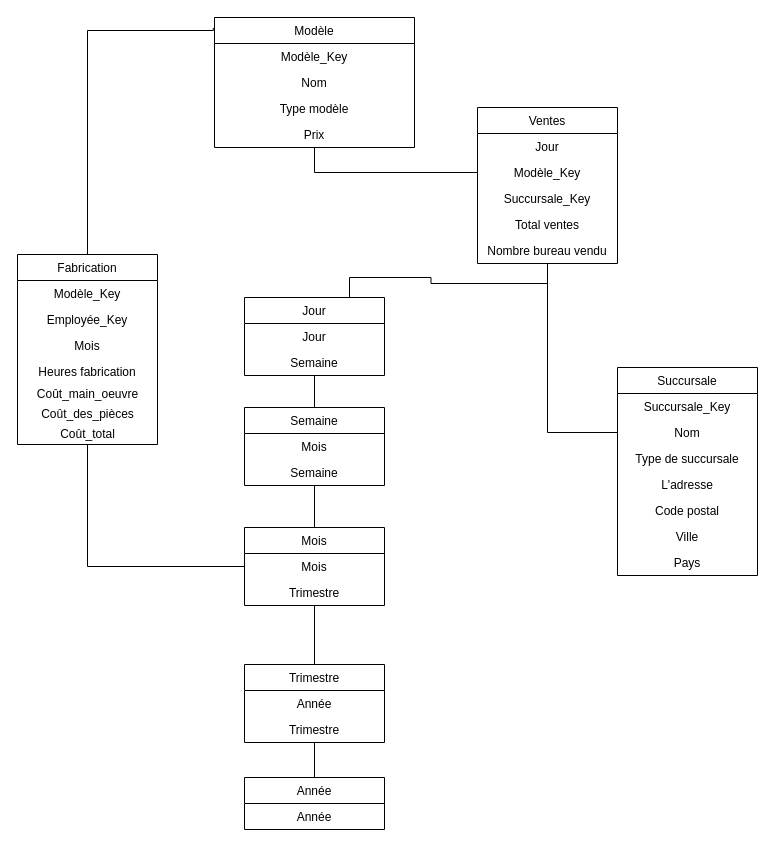
Above: drawio/tp_met_E2_flocon.drawio in wHiteRht/MET6910 (draw.io), before the change. Source tidied: cells renumbered, new cells numbered last; positions are measured from the earlier drawing's top-left corner, leaving out a move shared by most shapes. Both pictures are drawn from the tidied source at 100%, with x=0, y=0 at pixel (17, 17).
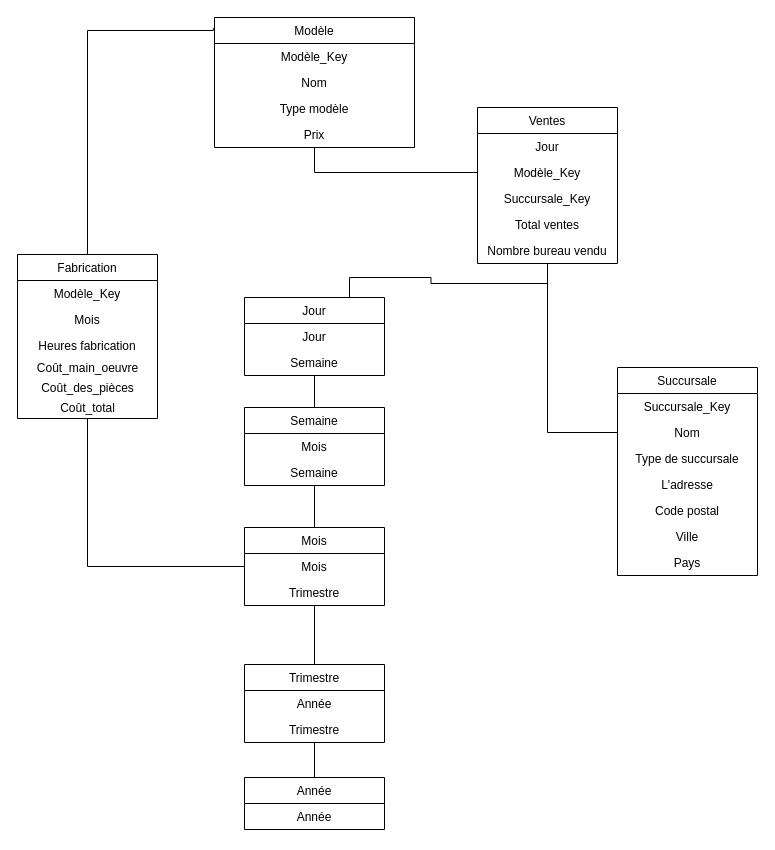
The same page after the edit.

What changed in the source:
```diff
@@
     <mxCell id="2" value="Fabrication" style="swimlane;fontStyle=0;horizontal=1;startSize=26;fillColor=none;align=center;fontSize=12;" parent="1" vertex="1">
-      <mxGeometry y="237" width="140" height="190" as="geometry" />
+      <mxGeometry y="237" width="140" height="164" as="geometry" />
     </mxCell>
@@
-    <mxCell id="4" value="Employée_Key" style="text;strokeColor=none;fillColor=none;align=center;verticalAlign=top;spacingLeft=4;spacingRight=4;overflow=hidden;fontSize=12;" parent="2" vertex="1">
-      <mxGeometry y="52" width="140" height="26" as="geometry" />
-    </mxCell>
     <mxCell id="5" value="Mois" style="text;strokeColor=none;fillColor=none;align=center;verticalAlign=top;spacingLeft=4;spacingRight=4;overflow=hidden;fontSize=12;" parent="2" vertex="1">
-      <mxGeometry y="78" width="140" height="26" as="geometry" />
+      <mxGeometry y="52" width="140" height="26" as="geometry" />
     </mxCell>
     <mxCell id="6" value="Heures fabrication" style="text;strokeColor=none;fillColor=none;align=center;verticalAlign=top;spacingLeft=4;spacingRight=4;overflow=hidden;" parent="2" vertex="1">
-      <mxGeometry y="104" width="140" height="26" as="geometry" />
+      <mxGeometry y="78" width="140" height="26" as="geometry" />
     </mxCell>
     <mxCell id="7" value="Coût_main_oeuvre" style="text;html=1;align=center;verticalAlign=middle;strokeColor=none;fontSize=12;" parent="2" vertex="1">
-      <mxGeometry y="130" width="140" height="20" as="geometry" />
+      <mxGeometry y="104" width="140" height="20" as="geometry" />
     </mxCell>
     <mxCell id="8" value="Coût_des_pièces" style="text;html=1;align=center;verticalAlign=middle;strokeColor=none;fontSize=12;" parent="2" vertex="1">
-      <mxGeometry y="150" width="140" height="20" as="geometry" />
+      <mxGeometry y="124" width="140" height="20" as="geometry" />
     </mxCell>
     <mxCell id="9" value="Coût_total" style="text;html=1;align=center;verticalAlign=middle;strokeColor=none;fontSize=12;" parent="2" vertex="1">
-      <mxGeometry y="170" width="140" height="20" as="geometry" />
+      <mxGeometry y="144" width="140" height="20" as="geometry" />
     </mxCell>
```
